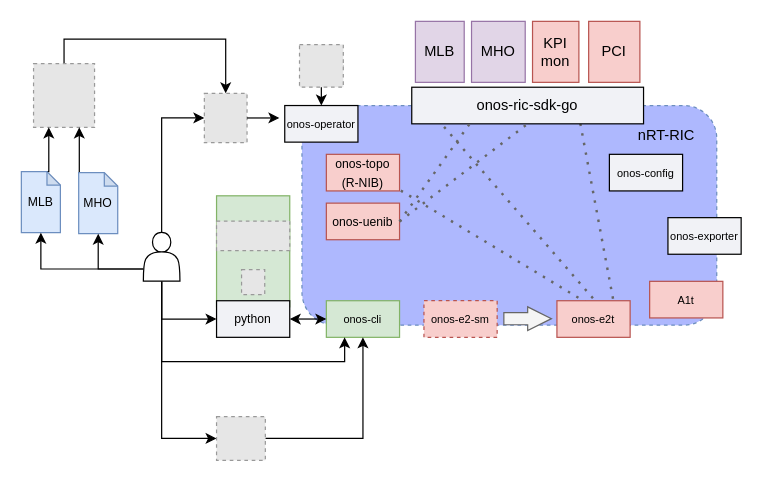
carlos-tuilm/test-mlb-sdran keeps this draw.io diagram as Untitled Diagram.drawio. Above is the earlier version. Source tidied: cells renumbered, new cells numbered last; positions are measured from the earlier drawing's top-left corner, leaving out a move shared by most shapes. Both pictures are drawn from the tidied source at 122%, with x=0, y=0 at pixel (21, 21). Pictures stored in the file or linked from it are replaced by grey dashed boxes.
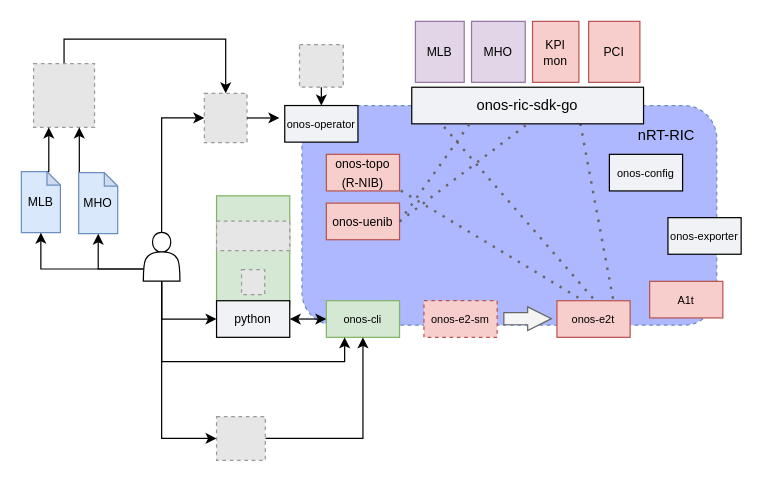
The same page after the edit.

What changed in the source:
```diff
@@
-    <mxCell id="30" value="MLB" style="rounded=0;whiteSpace=wrap;html=1;fillColor=#e1d5e7;strokeColor=#9673a6;" parent="1" vertex="1">
+    <mxCell id="30" value="&lt;font style=&quot;font-size: 10px;&quot;&gt;MLB&lt;/font&gt;" style="rounded=0;whiteSpace=wrap;html=1;fillColor=#e1d5e7;strokeColor=#9673a6;" parent="1" vertex="1">
       <mxGeometry x="323" width="40" height="50" as="geometry" />
     </mxCell>
@@
-    <mxCell id="32" value="MHO" style="rounded=0;whiteSpace=wrap;html=1;fillColor=#e1d5e7;strokeColor=#9673a6;" parent="1" vertex="1">
+    <mxCell id="32" value="&lt;font style=&quot;font-size: 10px;&quot;&gt;MHO&lt;/font&gt;" style="rounded=0;whiteSpace=wrap;html=1;fillColor=#e1d5e7;strokeColor=#9673a6;" parent="1" vertex="1">
       <mxGeometry x="369" width="44" height="50" as="geometry" />
     </mxCell>
-    <mxCell id="33" value="KPI&lt;div&gt;mon&lt;/div&gt;" style="rounded=0;whiteSpace=wrap;html=1;fillColor=#f8cecc;strokeColor=#b85450;" parent="1" vertex="1">
+    <mxCell id="33" value="&lt;font style=&quot;font-size: 10px;&quot;&gt;KPI&lt;/font&gt;&lt;div style=&quot;font-size: 10px;&quot;&gt;&lt;font style=&quot;font-size: 10px;&quot;&gt;mon&lt;/font&gt;&lt;/div&gt;" style="rounded=0;whiteSpace=wrap;html=1;fillColor=#f8cecc;strokeColor=#b85450;" parent="1" vertex="1">
       <mxGeometry x="419" width="38" height="50" as="geometry" />
     </mxCell>
-    <mxCell id="34" value="PCI" style="rounded=0;whiteSpace=wrap;html=1;fillColor=#f8cecc;strokeColor=#b85450;" parent="1" vertex="1">
+    <mxCell id="34" value="&lt;font style=&quot;font-size: 10px;&quot;&gt;PCI&lt;/font&gt;" style="rounded=0;whiteSpace=wrap;html=1;fillColor=#f8cecc;strokeColor=#b85450;" parent="1" vertex="1">
       <mxGeometry x="465" width="42" height="50" as="geometry" />
     </mxCell>
```
